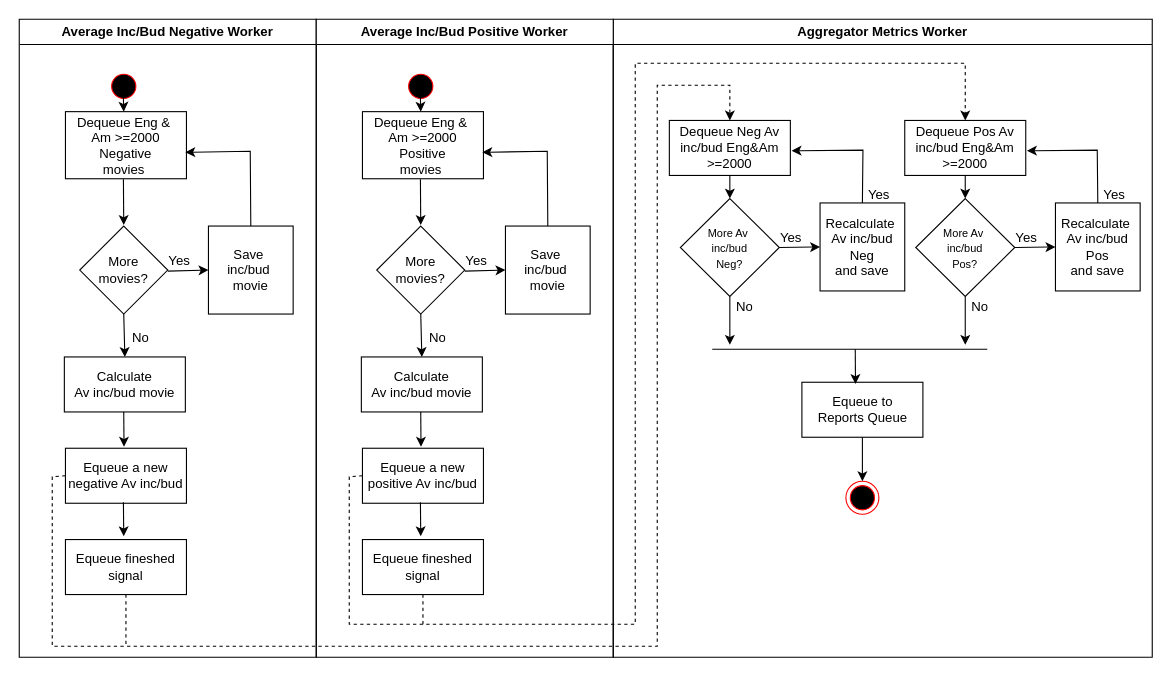
Earlier version of the draw.io diagram page "5_av_inc/bud_Neg_Pos" (5 of 5) of documents/Actividad.drawio (rafaelputaro/tp1-7574). Source tidied: cells renumbered, new cells numbered last; positions are measured from the earlier drawing's top-left corner, leaving out a move shared by most shapes. Both pictures are drawn from the tidied source at 110%, with x=0, y=0 at pixel (19, 19).
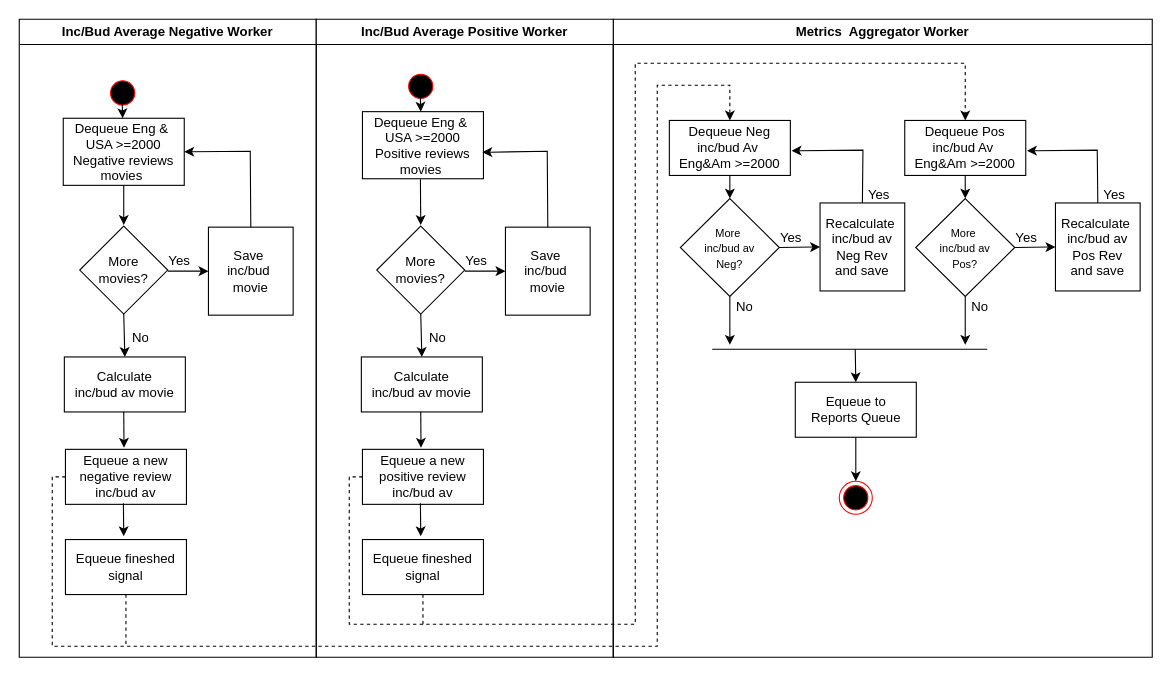
After the change.

The change refers to these unchanged cells:
```xml
<mxCell id="6" value="More&lt;div&gt;movies?&lt;/div&gt;" style="rhombus;whiteSpace=wrap;html=1;" parent="2" vertex="1">
  <mxGeometry x="55" y="188" width="80" height="80" as="geometry" />
</mxCell>
```

What changed in the source:
```diff
@@
-    <mxCell id="2" value="Average Inc/Bud Negative Worker" style="swimlane;whiteSpace=wrap;html=1;" parent="1" vertex="1">
+    <mxCell id="2" value="Inc/Bud Average&amp;nbsp;Negative Worker" style="swimlane;whiteSpace=wrap;html=1;" parent="1" vertex="1">
       <mxGeometry width="270" height="580" as="geometry" />
     </mxCell>
     <mxCell id="3" style="ellipse;html=1;shape=startState;fillColor=#000000;strokeColor=#ff0000;" parent="2" vertex="1">
-      <mxGeometry x="80" y="46" width="30" height="30" as="geometry" />
+      <mxGeometry x="79" y="52" width="30" height="30" as="geometry" />
     </mxCell>
     <mxCell id="4" style="endArrow=classic;html=1;rounded=0;exitX=0.487;exitY=0.94;exitDx=0;exitDy=0;exitPerimeter=0;entryX=0.5;entryY=0.125;entryDx=0;entryDy=0;entryPerimeter=0;" parent="2" edge="1">
       <mxGeometry relative="1" as="geometry">
-        <mxPoint x="94.6" y="69.2" as="sourcePoint" />
-        <mxPoint x="95" y="84" as="targetPoint" />
+        <mxPoint x="93.6" y="75.2" as="sourcePoint" />
+        <mxPoint x="94" y="90" as="targetPoint" />
       </mxGeometry>
     </mxCell>
-    <mxCell id="5" value="Dequeue Eng &amp;amp;&amp;nbsp;&lt;div&gt;Am &amp;gt;=2000&lt;/div&gt;&lt;div&gt;Negative&lt;br&gt;&lt;div&gt;movies&amp;nbsp;&lt;/div&gt;&lt;/div&gt;" style="html=1;whiteSpace=wrap;" parent="2" vertex="1">
-      <mxGeometry x="42" y="84" width="110" height="61" as="geometry" />
+    <mxCell id="5" value="Dequeue Eng &amp;amp;&amp;nbsp;&lt;div&gt;USA &amp;gt;=2000&lt;/div&gt;&lt;div&gt;Negative reviews&lt;br&gt;&lt;div&gt;movies&amp;nbsp;&lt;/div&gt;&lt;/div&gt;" style="html=1;whiteSpace=wrap;" parent="2" vertex="1">
+      <mxGeometry x="40" y="90" width="110" height="61" as="geometry" />
     </mxCell>
@@
-    <mxCell id="7" style="endArrow=classic;html=1;rounded=0;exitX=0.461;exitY=1.007;exitDx=0;exitDy=0;exitPerimeter=0;entryX=0.5;entryY=-0.012;entryDx=0;entryDy=0;entryPerimeter=0;" parent="2" edge="1" target="6">
-      <mxGeometry relative="1" as="geometry">
-        <mxPoint x="94.7" y="145.4" as="sourcePoint" />
-      </mxGeometry>
+    <mxCell id="7" style="endArrow=classic;html=1;rounded=0;exitX=0.5;exitY=1;exitDx=0;exitDy=0;entryX=0.5;entryY=-0.012;entryDx=0;entryDy=0;entryPerimeter=0;" parent="2" edge="1" source="5" target="6">
+      <mxGeometry relative="1" as="geometry" />
     </mxCell>
-    <mxCell id="8" value="Equeue a new negative Av inc/bud" style="html=1;whiteSpace=wrap;" parent="2" vertex="1">
-      <mxGeometry x="42" y="390" width="110" height="50" as="geometry" />
+    <mxCell id="8" value="Equeue a new negative review&lt;div&gt;inc/bud av&lt;/div&gt;" style="html=1;whiteSpace=wrap;" parent="2" vertex="1">
+      <mxGeometry x="42" y="391" width="110" height="50" as="geometry" />
     </mxCell>
@@
     <mxCell id="13" value="Save&amp;nbsp;&lt;div&gt;&lt;span style=&quot;background-color: transparent; color: light-dark(rgb(0, 0, 0), rgb(255, 255, 255));&quot;&gt;inc/bud&amp;nbsp;&lt;/span&gt;&lt;div&gt;&lt;div&gt;&lt;span style=&quot;background-color: transparent; color: light-dark(rgb(0, 0, 0), rgb(255, 255, 255));&quot;&gt;movie&lt;/span&gt;&lt;/div&gt;&lt;/div&gt;&lt;/div&gt;" style="rounded=0;whiteSpace=wrap;html=1;" parent="2" vertex="1">
-      <mxGeometry x="172" y="188" width="77" height="80" as="geometry" />
+      <mxGeometry x="172" y="189" width="77" height="80" as="geometry" />
     </mxCell>
-    <mxCell id="14" style="endArrow=classic;html=1;rounded=0;exitX=0.5;exitY=0;exitDx=0;exitDy=0;entryX=1.01;entryY=0.551;entryDx=0;entryDy=0;entryPerimeter=0;" parent="2" edge="1" source="13">
+    <mxCell id="14" style="endArrow=classic;html=1;rounded=0;exitX=0.5;exitY=0;exitDx=0;exitDy=0;entryX=1;entryY=0.5;entryDx=0;entryDy=0;" parent="2" edge="1" source="13" target="5">
       <mxGeometry relative="1" as="geometry">
-        <mxPoint x="151" y="121" as="targetPoint" />
         <Array as="points">
           <mxPoint x="210" y="120" />
         </Array>
       </mxGeometry>
     </mxCell>
@@
-    <mxCell id="17" value="Calculate&lt;div&gt;Av inc/bud movie&lt;/div&gt;" style="html=1;whiteSpace=wrap;" parent="2" vertex="1">
+    <mxCell id="17" value="Calculate&lt;div&gt;inc/bud av movie&lt;/div&gt;" style="html=1;whiteSpace=wrap;" parent="2" vertex="1">
       <mxGeometry x="41" y="307" width="110" height="50" as="geometry" />
     </mxCell>
@@
-    <mxCell id="19" value="Aggregator Metrics Worker" style="swimlane;whiteSpace=wrap;html=1;startSize=23;" parent="1" vertex="1">
+    <mxCell id="19" value="Metrics&amp;nbsp; Aggregator Worker" style="swimlane;whiteSpace=wrap;html=1;startSize=23;" parent="1" vertex="1">
       <mxGeometry x="540" width="490" height="580" as="geometry" />
     </mxCell>
-    <mxCell id="20" value="Dequeue Neg Av inc/bud Eng&amp;amp;Am&lt;div&gt;&amp;gt;=2000&lt;/div&gt;" style="html=1;whiteSpace=wrap;" parent="19" vertex="1">
+    <mxCell id="20" value="Dequeue Neg inc/bud Av&amp;nbsp;&lt;div&gt;Eng&amp;amp;Am&amp;nbsp;&lt;span style=&quot;background-color: transparent; color: light-dark(rgb(0, 0, 0), rgb(255, 255, 255));&quot;&gt;&amp;gt;=2000&lt;/span&gt;&lt;/div&gt;" style="html=1;whiteSpace=wrap;" parent="19" vertex="1">
       <mxGeometry x="51" y="92" width="110" height="50" as="geometry" />
     </mxCell>
-    <mxCell id="21" value="&lt;font style=&quot;font-size: 10px;&quot;&gt;More Av&amp;nbsp;&lt;/font&gt;&lt;div&gt;&lt;font style=&quot;font-size: 10px;&quot;&gt;inc/bud&lt;/font&gt;&lt;/div&gt;&lt;div&gt;&lt;span style=&quot;font-size: 10px; background-color: transparent; color: light-dark(rgb(0, 0, 0), rgb(255, 255, 255));&quot;&gt;Neg?&lt;/span&gt;&lt;/div&gt;" style="rhombus;whiteSpace=wrap;html=1;" parent="19" vertex="1">
+    <mxCell id="21" value="&lt;font style=&quot;font-size: 10px;&quot;&gt;More&amp;nbsp;&lt;/font&gt;&lt;div&gt;&lt;font style=&quot;font-size: 10px;&quot;&gt;inc/bud av&lt;/font&gt;&lt;/div&gt;&lt;div&gt;&lt;span style=&quot;font-size: 10px; background-color: transparent; color: light-dark(rgb(0, 0, 0), rgb(255, 255, 255));&quot;&gt;Neg?&lt;/span&gt;&lt;/div&gt;" style="rhombus;whiteSpace=wrap;html=1;" parent="19" vertex="1">
       <mxGeometry x="61" y="163" width="90" height="89" as="geometry" />
     </mxCell>
@@
-    <mxCell id="23" value="Recalculate&amp;nbsp;&lt;div&gt;Av inc/bud&lt;/div&gt;&lt;div&gt;Neg&lt;/div&gt;&lt;div&gt;and save&lt;/div&gt;" style="rounded=0;whiteSpace=wrap;html=1;" parent="19" vertex="1">
+    <mxCell id="23" value="Recalculate&amp;nbsp;&lt;div&gt;inc/bud a&lt;span style=&quot;background-color: transparent; color: light-dark(rgb(0, 0, 0), rgb(255, 255, 255));&quot;&gt;v Neg Rev&lt;/span&gt;&lt;/div&gt;&lt;div&gt;and save&lt;/div&gt;" style="rounded=0;whiteSpace=wrap;html=1;" parent="19" vertex="1">
       <mxGeometry x="188" y="167" width="77" height="80" as="geometry" />
     </mxCell>
@@
     <mxCell id="27" value="Equeue to&lt;div&gt;Reports Queue&lt;/div&gt;" style="html=1;whiteSpace=wrap;" parent="19" vertex="1">
-      <mxGeometry x="171.5" y="330" width="110" height="50" as="geometry" />
+      <mxGeometry x="165.5" y="330" width="110" height="50" as="geometry" />
     </mxCell>
     <mxCell id="28" style="ellipse;html=1;shape=endState;fillColor=#000000;strokeColor=#ff0000;" parent="19" vertex="1">
-      <mxGeometry x="211.5" y="420" width="30" height="30" as="geometry" />
+      <mxGeometry x="205.5" y="420" width="30" height="30" as="geometry" />
     </mxCell>
@@
-    <mxCell id="33" value="Dequeue Pos Av inc/bud Eng&amp;amp;Am&lt;div&gt;&amp;gt;=2000&lt;/div&gt;" style="html=1;whiteSpace=wrap;" parent="19" vertex="1">
+    <mxCell id="33" value="Dequeue Pos inc/bud Av&amp;nbsp;&lt;div&gt;Eng&amp;amp;Am&amp;nbsp;&lt;span style=&quot;background-color: transparent; color: light-dark(rgb(0, 0, 0), rgb(255, 255, 255));&quot;&gt;&amp;gt;=2000&lt;/span&gt;&lt;/div&gt;" style="html=1;whiteSpace=wrap;" parent="19" vertex="1">
       <mxGeometry x="265" y="92" width="110" height="50" as="geometry" />
     </mxCell>
-    <mxCell id="34" value="&lt;font style=&quot;font-size: 10px;&quot;&gt;More Av&amp;nbsp;&lt;/font&gt;&lt;div&gt;&lt;font style=&quot;font-size: 10px;&quot;&gt;inc/bud&lt;/font&gt;&lt;/div&gt;&lt;div&gt;&lt;span style=&quot;font-size: 10px; background-color: transparent; color: light-dark(rgb(0, 0, 0), rgb(255, 255, 255));&quot;&gt;Pos?&lt;/span&gt;&lt;/div&gt;" style="rhombus;whiteSpace=wrap;html=1;" parent="19" vertex="1">
+    <mxCell id="34" value="&lt;font style=&quot;font-size: 10px;&quot;&gt;More&amp;nbsp;&lt;/font&gt;&lt;div&gt;&lt;font style=&quot;font-size: 10px;&quot;&gt;inc/bud av&lt;/font&gt;&lt;/div&gt;&lt;div&gt;&lt;span style=&quot;font-size: 10px; background-color: transparent; color: light-dark(rgb(0, 0, 0), rgb(255, 255, 255));&quot;&gt;Pos?&lt;/span&gt;&lt;/div&gt;" style="rhombus;whiteSpace=wrap;html=1;" parent="19" vertex="1">
       <mxGeometry x="275" y="163" width="90" height="89" as="geometry" />
     </mxCell>
@@
-    <mxCell id="36" value="Recalculate&amp;nbsp;&lt;div&gt;Av inc/bud&lt;/div&gt;&lt;div&gt;Pos&lt;/div&gt;&lt;div&gt;and save&lt;/div&gt;" style="rounded=0;whiteSpace=wrap;html=1;" parent="19" vertex="1">
+    <mxCell id="36" value="Recalculate&amp;nbsp;&lt;div&gt;inc/bud av&lt;/div&gt;&lt;div&gt;Pos Rev&lt;/div&gt;&lt;div&gt;and save&lt;/div&gt;" style="rounded=0;whiteSpace=wrap;html=1;" parent="19" vertex="1">
       <mxGeometry x="402" y="167" width="77" height="80" as="geometry" />
     </mxCell>
@@
-    <mxCell id="45" value="Average Inc/Bud Positive Worker" style="swimlane;whiteSpace=wrap;html=1;" parent="1" vertex="1">
+    <mxCell id="45" value="Inc/Bud Average&amp;nbsp;Positive Worker" style="swimlane;whiteSpace=wrap;html=1;" parent="1" vertex="1">
       <mxGeometry x="270" width="270" height="580" as="geometry" />
     </mxCell>
@@
-    <mxCell id="48" value="Dequeue Eng &amp;amp;&amp;nbsp;&lt;div&gt;Am &amp;gt;=2000&lt;/div&gt;&lt;div&gt;Positive&lt;br&gt;&lt;div&gt;movies&amp;nbsp;&lt;/div&gt;&lt;/div&gt;" style="html=1;whiteSpace=wrap;" parent="45" vertex="1">
+    <mxCell id="48" value="Dequeue Eng &amp;amp;&amp;nbsp;&lt;div&gt;USA &amp;gt;=2000&lt;/div&gt;&lt;div&gt;Positive reviews&lt;br&gt;&lt;div&gt;movies&amp;nbsp;&lt;/div&gt;&lt;/div&gt;" style="html=1;whiteSpace=wrap;" parent="45" vertex="1">
       <mxGeometry x="42" y="84" width="110" height="61" as="geometry" />
     </mxCell>
@@
-    <mxCell id="51" value="Equeue a new positive Av inc/bud" style="html=1;whiteSpace=wrap;" parent="45" vertex="1">
-      <mxGeometry x="42" y="390" width="110" height="50" as="geometry" />
+    <mxCell id="51" value="Equeue a new positive review inc/bud av" style="html=1;whiteSpace=wrap;" parent="45" vertex="1">
+      <mxGeometry x="42" y="391" width="110" height="50" as="geometry" />
     </mxCell>
@@
     <mxCell id="56" value="Save&amp;nbsp;&lt;div&gt;&lt;span style=&quot;background-color: transparent; color: light-dark(rgb(0, 0, 0), rgb(255, 255, 255));&quot;&gt;inc/bud&amp;nbsp;&lt;/span&gt;&lt;div&gt;&lt;div&gt;&lt;span style=&quot;background-color: transparent; color: light-dark(rgb(0, 0, 0), rgb(255, 255, 255));&quot;&gt;movie&lt;/span&gt;&lt;/div&gt;&lt;/div&gt;&lt;/div&gt;" style="rounded=0;whiteSpace=wrap;html=1;" parent="45" vertex="1">
-      <mxGeometry x="172" y="188" width="77" height="80" as="geometry" />
+      <mxGeometry x="172" y="189" width="77" height="80" as="geometry" />
     </mxCell>
@@
-    <mxCell id="60" value="Calculate&lt;div&gt;Av inc/bud movie&lt;/div&gt;" style="html=1;whiteSpace=wrap;" parent="45" vertex="1">
+    <mxCell id="60" value="Calculate&lt;div&gt;inc/bud av movie&lt;/div&gt;" style="html=1;whiteSpace=wrap;" parent="45" vertex="1">
       <mxGeometry x="41" y="307" width="110" height="50" as="geometry" />
     </mxCell>
@@
-    <mxCell id="65" style="endArrow=classic;html=1;rounded=0;entryX=0.443;entryY=0.032;entryDx=0;entryDy=0;entryPerimeter=0;" parent="1" edge="1" target="27">
+    <mxCell id="65" style="endArrow=classic;html=1;rounded=0;entryX=0.5;entryY=0;entryDx=0;entryDy=0;" parent="1" edge="1" target="27">
       <mxGeometry relative="1" as="geometry">
         <mxPoint x="760" y="300" as="sourcePoint" />
       </mxGeometry>
     </mxCell>
```
